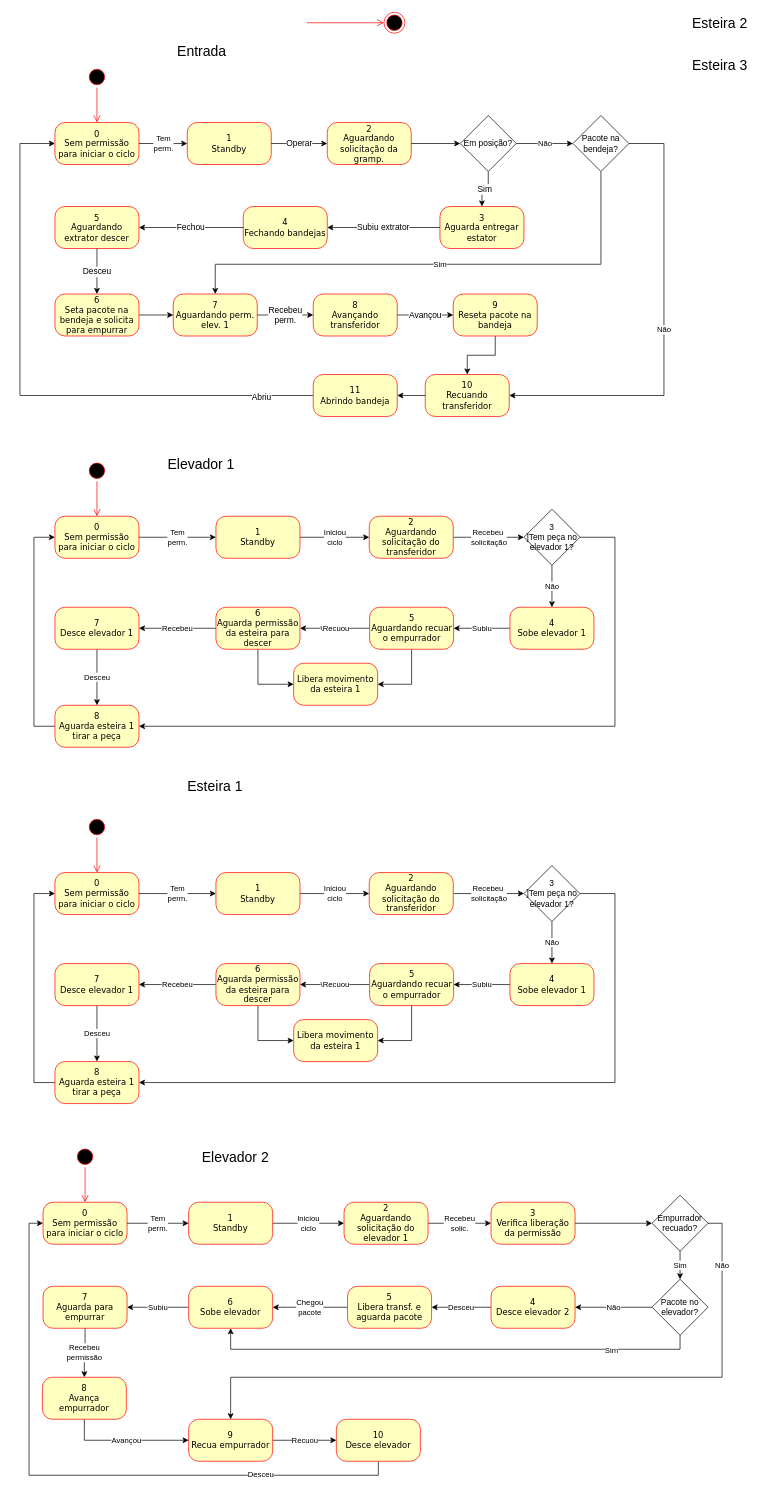
Earlier version of the draw.io diagram estadosEsteiraV2.drawio (JonanMuller/M04196N03_Grampeadeira). Source tidied: cells renumbered, new cells numbered last; positions are measured from the earlier drawing's top-left corner, leaving out a move shared by most shapes. Both pictures are drawn from the tidied source at 70%, with x=0, y=0 at pixel (20, 12).
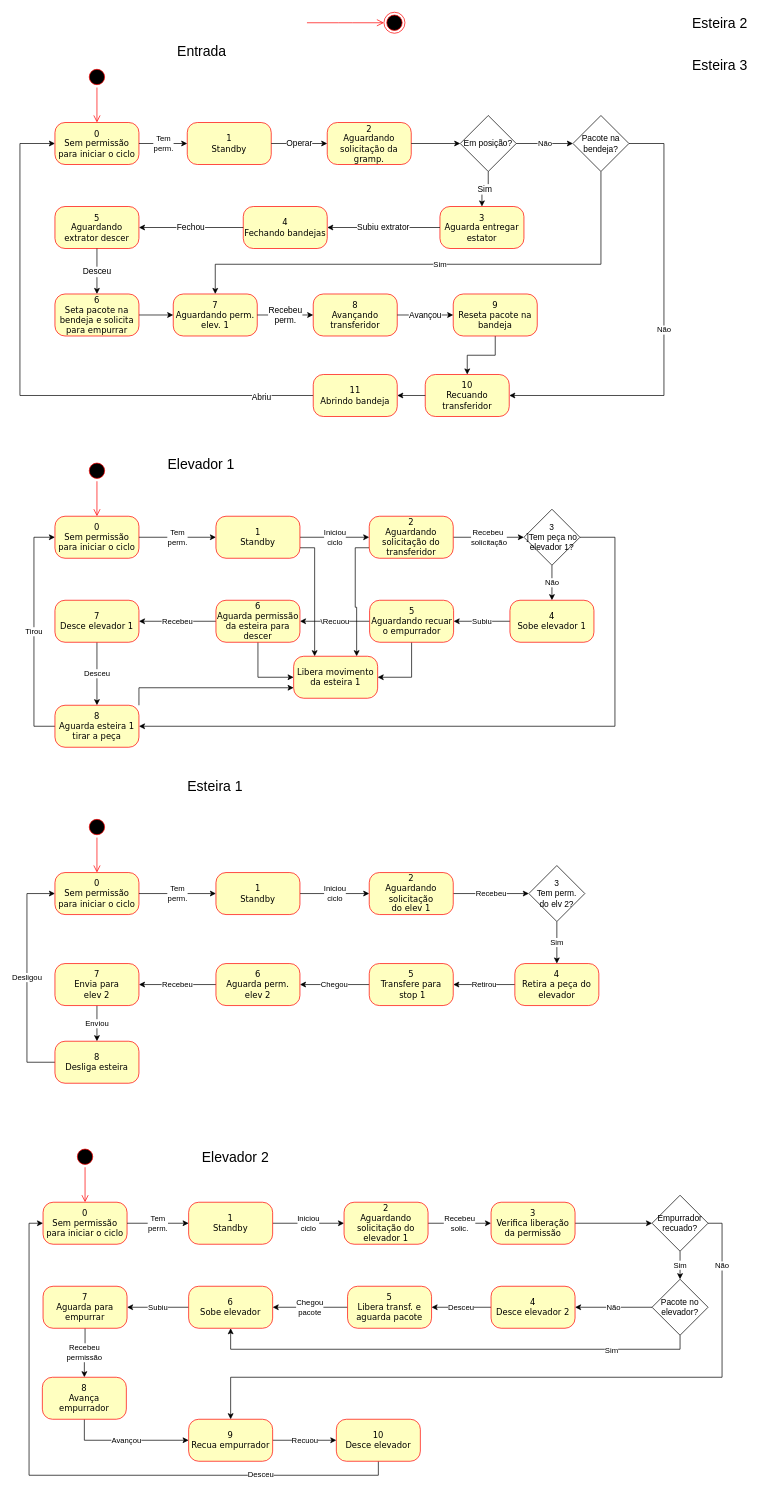
Above is the later version.

The change refers to these unchanged cells:
```xml
<mxCell id="9" value="0&lt;br&gt;Sem permissão para iniciar o ciclo" style="rounded=1;whiteSpace=wrap;html=1;arcSize=24;fillColor=#ffffc0;strokeColor=#ff0000;shadow=0;comic=0;labelBackgroundColor=none;fontFamily=Verdana;fontSize=12;fontColor=#000000;align=center;" parent="1" vertex="1">
  <mxGeometry x="50" y="720" width="120" height="60" as="geometry" />
</mxCell>
<mxCell id="12" value="1&lt;br&gt;Standby" style="rounded=1;whiteSpace=wrap;html=1;arcSize=24;fillColor=#ffffc0;strokeColor=#ff0000;shadow=0;comic=0;labelBackgroundColor=none;fontFamily=Verdana;fontSize=12;fontColor=#000000;align=center;" parent="1" vertex="1">
  <mxGeometry x="280" y="720" width="120" height="60" as="geometry" />
</mxCell>
<mxCell id="51" value="2&lt;br&gt;Aguardando&lt;br&gt;solicitação do&lt;br&gt;transferidor" style="rounded=1;whiteSpace=wrap;html=1;arcSize=24;fillColor=#ffffc0;strokeColor=#ff0000;shadow=0;comic=0;labelBackgroundColor=none;fontFamily=Verdana;fontSize=12;fontColor=#000000;align=center;" parent="1" vertex="1">
  <mxGeometry x="499" y="720" width="120" height="60" as="geometry" />
</mxCell>
<mxCell id="98" value="8&lt;br&gt;Aguarda esteira 1 tirar a peça" style="rounded=1;whiteSpace=wrap;html=1;arcSize=24;fillColor=#ffffc0;strokeColor=#ff0000;shadow=0;comic=0;labelBackgroundColor=none;fontFamily=Verdana;fontSize=12;fontColor=#000000;align=center;" parent="1" vertex="1">
  <mxGeometry x="50" y="990" width="120" height="60" as="geometry" />
</mxCell>
<mxCell id="101" value="0&lt;br&gt;Sem permissão para iniciar o ciclo" style="rounded=1;whiteSpace=wrap;html=1;arcSize=24;fillColor=#ffffc0;strokeColor=#ff0000;shadow=0;comic=0;labelBackgroundColor=none;fontFamily=Verdana;fontSize=12;fontColor=#000000;align=center;" parent="1" vertex="1">
  <mxGeometry x="50" y="1229" width="120" height="60" as="geometry" />
</mxCell>
```

The edit, as a diff of the source:
```diff
@@
+    <mxCell id="124" style="edgeStyle=orthogonalEdgeStyle;rounded=0;jettySize=auto;html=1;exitX=1;exitY=0.75;exitDx=0;exitDy=0;entryX=0.25;entryY=0;entryDx=0;entryDy=0;" parent="1" edge="1" source="12" target="96">
+      <mxGeometry relative="1" as="geometry" />
+    </mxCell>
@@
+    <mxCell id="125" style="edgeStyle=orthogonalEdgeStyle;rounded=0;jettySize=auto;html=1;exitX=0;exitY=0.75;exitDx=0;exitDy=0;entryX=0.75;entryY=0;entryDx=0;entryDy=0;" parent="1" edge="1" source="51" target="96">
+      <mxGeometry relative="1" as="geometry" />
+    </mxCell>
@@
     <mxCell id="87" value="4&lt;br&gt;Sobe elevador 1" style="rounded=1;whiteSpace=wrap;html=1;arcSize=24;fillColor=#ffffc0;strokeColor=#ff0000;shadow=0;comic=0;labelBackgroundColor=none;fontFamily=Verdana;fontSize=12;fontColor=#000000;align=center;" parent="1" vertex="1">
-      <mxGeometry x="700" y="850" width="120" height="60" as="geometry" />
+      <mxGeometry x="700" y="840" width="120" height="60" as="geometry" />
     </mxCell>
@@
     <mxCell id="90" value="5&lt;br&gt;Aguardando recuar o empurrador" style="rounded=1;whiteSpace=wrap;html=1;arcSize=24;fillColor=#ffffc0;strokeColor=#ff0000;shadow=0;comic=0;labelBackgroundColor=none;fontFamily=Verdana;fontSize=12;fontColor=#000000;align=center;" parent="1" vertex="1">
-      <mxGeometry x="499.5" y="850" width="120" height="60" as="geometry" />
+      <mxGeometry x="499.5" y="840" width="120" height="60" as="geometry" />
     </mxCell>
@@
-    <mxCell id="92" style="edgeStyle=orthogonalEdgeStyle;rounded=0;jettySize=auto;html=1;exitX=0.5;exitY=1;exitDx=0;exitDy=0;entryX=0;entryY=0.5;entryDx=0;entryDy=0;" parent="1" edge="1" source="93" target="96">
-      <mxGeometry relative="1" as="geometry" />
-    </mxCell>
+    <mxCell id="126" style="edgeStyle=orthogonalEdgeStyle;rounded=0;jettySize=auto;html=1;exitX=0.5;exitY=0;exitDx=0;exitDy=0;entryX=0;entryY=0.5;entryDx=0;entryDy=0;strokeColor=none;" parent="1" edge="1" source="93" target="96">
+      <mxGeometry relative="1" as="geometry" />
+    </mxCell>
+    <mxCell id="127" style="edgeStyle=orthogonalEdgeStyle;rounded=0;jettySize=auto;html=1;exitX=0.5;exitY=1;exitDx=0;exitDy=0;entryX=0;entryY=0.5;entryDx=0;entryDy=0;" parent="1" edge="1" source="93" target="96">
+      <mxGeometry relative="1" as="geometry" />
+    </mxCell>
     <mxCell id="93" value="6&lt;br&gt;Aguarda permissão da esteira para descer" style="rounded=1;whiteSpace=wrap;html=1;arcSize=24;fillColor=#ffffc0;strokeColor=#ff0000;shadow=0;comic=0;labelBackgroundColor=none;fontFamily=Verdana;fontSize=12;fontColor=#000000;align=center;" parent="1" vertex="1">
-      <mxGeometry x="280" y="850" width="120" height="60" as="geometry" />
+      <mxGeometry x="280" y="840" width="120" height="60" as="geometry" />
     </mxCell>
@@
     <mxCell id="95" value="7&lt;br&gt;Desce elevador 1" style="rounded=1;whiteSpace=wrap;html=1;arcSize=24;fillColor=#ffffc0;strokeColor=#ff0000;shadow=0;comic=0;labelBackgroundColor=none;fontFamily=Verdana;fontSize=12;fontColor=#000000;align=center;" parent="1" vertex="1">
-      <mxGeometry x="50" y="850" width="120" height="60" as="geometry" />
+      <mxGeometry x="50" y="840" width="120" height="60" as="geometry" />
     </mxCell>
     <mxCell id="96" value="Libera movimento da esteira 1" style="rounded=1;whiteSpace=wrap;html=1;arcSize=24;fillColor=#ffffc0;strokeColor=#ff0000;shadow=0;comic=0;labelBackgroundColor=none;fontFamily=Verdana;fontSize=12;fontColor=#000000;align=center;" parent="1" vertex="1">
-      <mxGeometry x="391" y="930" width="120" height="60" as="geometry" />
+      <mxGeometry x="391" y="920" width="120" height="60" as="geometry" />
     </mxCell>
-    <mxCell id="97" style="edgeStyle=orthogonalEdgeStyle;rounded=0;jettySize=auto;html=1;exitX=0;exitY=0.5;exitDx=0;exitDy=0;entryX=0;entryY=0.5;entryDx=0;entryDy=0;" parent="1" edge="1" source="98" target="9">
+    <mxCell id="97" value="Tirou" style="edgeStyle=orthogonalEdgeStyle;rounded=0;jettySize=auto;html=1;exitX=0;exitY=0.5;exitDx=0;exitDy=0;entryX=0;entryY=0.5;entryDx=0;entryDy=0;" parent="1" edge="1" source="98" target="9">
       <mxGeometry relative="1" as="geometry">
         <Array as="points">
           <mxPoint x="20" y="1020" />
           <mxPoint x="20" y="750" />
         </Array>
       </mxGeometry>
     </mxCell>
+    <mxCell id="128" style="edgeStyle=orthogonalEdgeStyle;rounded=0;jettySize=auto;html=1;exitX=1;exitY=0;exitDx=0;exitDy=0;entryX=0;entryY=0.75;entryDx=0;entryDy=0;" parent="1" edge="1" source="98" target="96">
+      <mxGeometry relative="1" as="geometry" />
+    </mxCell>
@@
-    <mxCell id="102" value="Recebeu&amp;nbsp;&lt;br&gt;solicitação" style="edgeStyle=orthogonalEdgeStyle;rounded=0;jettySize=auto;html=1;startArrow=none;" parent="1" edge="1" source="110" target="109">
-      <mxGeometry relative="1" as="geometry" />
-    </mxCell>
@@
-    <mxCell id="107" value="Não" style="edgeStyle=orthogonalEdgeStyle;rounded=0;jettySize=auto;html=1;" parent="1" edge="1" source="109" target="112">
-      <mxGeometry relative="1" as="geometry" />
-    </mxCell>
-    <mxCell id="108" style="edgeStyle=orthogonalEdgeStyle;rounded=0;jettySize=auto;html=1;exitX=1;exitY=0.5;exitDx=0;exitDy=0;entryX=1;entryY=0.5;entryDx=0;entryDy=0;" parent="1" edge="1" source="109" target="123">
-      <mxGeometry relative="1" as="geometry">
-        <Array as="points">
-          <mxPoint x="850" y="1259" />
-          <mxPoint x="850" y="1529" />
-        </Array>
-      </mxGeometry>
-    </mxCell>
-    <mxCell id="109" value="3&lt;br&gt;]Tem peça no elevador 1?" style="rhombus;whiteSpace=wrap;html=1;" parent="1" vertex="1">
-      <mxGeometry x="720" y="1219" width="80" height="80" as="geometry" />
-    </mxCell>
+    <mxCell id="129" value="Recebeu" style="edgeStyle=orthogonalEdgeStyle;rounded=0;jettySize=auto;html=1;entryX=0;entryY=0.5;entryDx=0;entryDy=0;" parent="1" edge="1" source="110" target="132">
+      <mxGeometry relative="1" as="geometry" />
+    </mxCell>
-    <mxCell id="110" value="2&lt;br&gt;Aguardando&lt;br&gt;solicitação do&lt;br&gt;transferidor" style="rounded=1;whiteSpace=wrap;html=1;arcSize=24;fillColor=#ffffc0;strokeColor=#ff0000;shadow=0;comic=0;labelBackgroundColor=none;fontFamily=Verdana;fontSize=12;fontColor=#000000;align=center;" parent="1" vertex="1">
+    <mxCell id="110" value="2&lt;br&gt;Aguardando&lt;br&gt;solicitação&lt;br&gt;do elev 1" style="rounded=1;whiteSpace=wrap;html=1;arcSize=24;fillColor=#ffffc0;strokeColor=#ff0000;shadow=0;comic=0;labelBackgroundColor=none;fontFamily=Verdana;fontSize=12;fontColor=#000000;align=center;" parent="1" vertex="1">
       <mxGeometry x="499" y="1229" width="120" height="60" as="geometry" />
     </mxCell>
-    <mxCell id="111" value="Subiu" style="edgeStyle=orthogonalEdgeStyle;rounded=0;jettySize=auto;html=1;" parent="1" edge="1" source="112" target="115">
-      <mxGeometry relative="1" as="geometry" />
-    </mxCell>
-    <mxCell id="112" value="4&lt;br&gt;Sobe elevador 1" style="rounded=1;whiteSpace=wrap;html=1;arcSize=24;fillColor=#ffffc0;strokeColor=#ff0000;shadow=0;comic=0;labelBackgroundColor=none;fontFamily=Verdana;fontSize=12;fontColor=#000000;align=center;" parent="1" vertex="1">
-      <mxGeometry x="700" y="1359" width="120" height="60" as="geometry" />
-    </mxCell>
-    <mxCell id="113" value="\Recuou" style="edgeStyle=orthogonalEdgeStyle;rounded=0;jettySize=auto;html=1;entryX=1;entryY=0.5;entryDx=0;entryDy=0;" parent="1" edge="1" source="115" target="118">
+    <mxCell id="113" value="Retirou" style="edgeStyle=orthogonalEdgeStyle;rounded=0;jettySize=auto;html=1;entryX=1;entryY=0.5;entryDx=0;entryDy=0;" parent="1" edge="1" source="115" target="118">
       <mxGeometry relative="1" as="geometry" />
     </mxCell>
-    <mxCell id="114" style="edgeStyle=orthogonalEdgeStyle;rounded=0;jettySize=auto;html=1;exitX=0.5;exitY=1;exitDx=0;exitDy=0;entryX=1;entryY=0.5;entryDx=0;entryDy=0;" parent="1" edge="1" source="115" target="121">
-      <mxGeometry relative="1" as="geometry" />
-    </mxCell>
-    <mxCell id="115" value="5&lt;br&gt;Aguardando recuar o empurrador" style="rounded=1;whiteSpace=wrap;html=1;arcSize=24;fillColor=#ffffc0;strokeColor=#ff0000;shadow=0;comic=0;labelBackgroundColor=none;fontFamily=Verdana;fontSize=12;fontColor=#000000;align=center;" parent="1" vertex="1">
-      <mxGeometry x="499.5" y="1359" width="120" height="60" as="geometry" />
+    <mxCell id="115" value="4&lt;br&gt;Retira a peça do elevador" style="rounded=1;whiteSpace=wrap;html=1;arcSize=24;fillColor=#ffffc0;strokeColor=#ff0000;shadow=0;comic=0;labelBackgroundColor=none;fontFamily=Verdana;fontSize=12;fontColor=#000000;align=center;" parent="1" vertex="1">
+      <mxGeometry x="707" y="1359" width="120" height="60" as="geometry" />
     </mxCell>
-    <mxCell id="116" value="Recebeu" style="edgeStyle=orthogonalEdgeStyle;rounded=0;jettySize=auto;html=1;" parent="1" edge="1" source="118" target="120">
+    <mxCell id="116" value="Chegou" style="edgeStyle=orthogonalEdgeStyle;rounded=0;jettySize=auto;html=1;" parent="1" edge="1" source="118" target="120">
       <mxGeometry relative="1" as="geometry" />
     </mxCell>
-    <mxCell id="117" style="edgeStyle=orthogonalEdgeStyle;rounded=0;jettySize=auto;html=1;exitX=0.5;exitY=1;exitDx=0;exitDy=0;entryX=0;entryY=0.5;entryDx=0;entryDy=0;" parent="1" edge="1" source="118" target="121">
-      <mxGeometry relative="1" as="geometry" />
-    </mxCell>
-    <mxCell id="118" value="6&lt;br&gt;Aguarda permissão da esteira para descer" style="rounded=1;whiteSpace=wrap;html=1;arcSize=24;fillColor=#ffffc0;strokeColor=#ff0000;shadow=0;comic=0;labelBackgroundColor=none;fontFamily=Verdana;fontSize=12;fontColor=#000000;align=center;" parent="1" vertex="1">
-      <mxGeometry x="280" y="1359" width="120" height="60" as="geometry" />
+    <mxCell id="118" value="5&lt;br&gt;Transfere para&lt;br&gt;&amp;nbsp;stop 1" style="rounded=1;whiteSpace=wrap;html=1;arcSize=24;fillColor=#ffffc0;strokeColor=#ff0000;shadow=0;comic=0;labelBackgroundColor=none;fontFamily=Verdana;fontSize=12;fontColor=#000000;align=center;" parent="1" vertex="1">
+      <mxGeometry x="499" y="1359" width="120" height="60" as="geometry" />
     </mxCell>
-    <mxCell id="119" value="Desceu" style="edgeStyle=orthogonalEdgeStyle;rounded=0;jettySize=auto;html=1;" parent="1" edge="1" source="120" target="123">
+    <mxCell id="119" value="Recebeu" style="edgeStyle=orthogonalEdgeStyle;rounded=0;jettySize=auto;html=1;" parent="1" edge="1" source="120" target="123">
       <mxGeometry relative="1" as="geometry" />
     </mxCell>
-    <mxCell id="120" value="7&lt;br&gt;Desce elevador 1" style="rounded=1;whiteSpace=wrap;html=1;arcSize=24;fillColor=#ffffc0;strokeColor=#ff0000;shadow=0;comic=0;labelBackgroundColor=none;fontFamily=Verdana;fontSize=12;fontColor=#000000;align=center;" parent="1" vertex="1">
-      <mxGeometry x="50" y="1359" width="120" height="60" as="geometry" />
+    <mxCell id="120" value="6&lt;br&gt;Aguarda perm.&lt;br&gt;elev 2" style="rounded=1;whiteSpace=wrap;html=1;arcSize=24;fillColor=#ffffc0;strokeColor=#ff0000;shadow=0;comic=0;labelBackgroundColor=none;fontFamily=Verdana;fontSize=12;fontColor=#000000;align=center;" parent="1" vertex="1">
+      <mxGeometry x="280" y="1359" width="120" height="60" as="geometry" />
     </mxCell>
-    <mxCell id="121" value="Libera movimento da esteira 1" style="rounded=1;whiteSpace=wrap;html=1;arcSize=24;fillColor=#ffffc0;strokeColor=#ff0000;shadow=0;comic=0;labelBackgroundColor=none;fontFamily=Verdana;fontSize=12;fontColor=#000000;align=center;" parent="1" vertex="1">
-      <mxGeometry x="391" y="1439" width="120" height="60" as="geometry" />
-    </mxCell>
-    <mxCell id="122" style="edgeStyle=orthogonalEdgeStyle;rounded=0;jettySize=auto;html=1;exitX=0;exitY=0.5;exitDx=0;exitDy=0;entryX=0;entryY=0.5;entryDx=0;entryDy=0;" parent="1" edge="1" source="123" target="101">
-      <mxGeometry relative="1" as="geometry">
-        <Array as="points">
-          <mxPoint x="20" y="1529" />
-          <mxPoint x="20" y="1259" />
-        </Array>
-      </mxGeometry>
-    </mxCell>
+    <mxCell id="130" value="Enviou" style="edgeStyle=orthogonalEdgeStyle;rounded=0;jettySize=auto;html=1;" parent="1" edge="1" source="123" target="134">
+      <mxGeometry relative="1" as="geometry" />
+    </mxCell>
-    <mxCell id="123" value="8&lt;br&gt;Aguarda esteira 1 tirar a peça" style="rounded=1;whiteSpace=wrap;html=1;arcSize=24;fillColor=#ffffc0;strokeColor=#ff0000;shadow=0;comic=0;labelBackgroundColor=none;fontFamily=Verdana;fontSize=12;fontColor=#000000;align=center;" parent="1" vertex="1">
-      <mxGeometry x="50" y="1499" width="120" height="60" as="geometry" />
+    <mxCell id="123" value="7&lt;br&gt;Envia para&lt;br&gt;elev 2" style="rounded=1;whiteSpace=wrap;html=1;arcSize=24;fillColor=#ffffc0;strokeColor=#ff0000;shadow=0;comic=0;labelBackgroundColor=none;fontFamily=Verdana;fontSize=12;fontColor=#000000;align=center;" parent="1" vertex="1">
+      <mxGeometry x="50" y="1359" width="120" height="60" as="geometry" />
     </mxCell>
+    <mxCell id="131" value="Sim" style="edgeStyle=orthogonalEdgeStyle;rounded=0;jettySize=auto;html=1;exitX=0.5;exitY=1;exitDx=0;exitDy=0;entryX=0.5;entryY=0;entryDx=0;entryDy=0;" parent="1" edge="1" source="132" target="115">
+      <mxGeometry relative="1" as="geometry" />
+    </mxCell>
+    <mxCell id="132" value="3&lt;br&gt;Tem perm.&lt;br&gt;do elv 2?" style="rhombus;whiteSpace=wrap;html=1;" parent="1" vertex="1">
+      <mxGeometry x="727" y="1219" width="80" height="80" as="geometry" />
+    </mxCell>
+    <mxCell id="133" value="Desligou" style="edgeStyle=orthogonalEdgeStyle;rounded=0;jettySize=auto;html=1;exitX=0;exitY=0.5;exitDx=0;exitDy=0;entryX=0;entryY=0.5;entryDx=0;entryDy=0;" parent="1" edge="1" source="134" target="101">
+      <mxGeometry relative="1" as="geometry">
+        <Array as="points">
+          <mxPoint x="10" y="1500" />
+          <mxPoint x="10" y="1259" />
+        </Array>
+      </mxGeometry>
+    </mxCell>
+    <mxCell id="134" value="8&lt;br&gt;Desliga esteira" style="rounded=1;whiteSpace=wrap;html=1;arcSize=24;fillColor=#ffffc0;strokeColor=#ff0000;shadow=0;comic=0;labelBackgroundColor=none;fontFamily=Verdana;fontSize=12;fontColor=#000000;align=center;" parent="1" vertex="1">
+      <mxGeometry x="50" y="1470" width="120" height="60" as="geometry" />
+    </mxCell>
```
